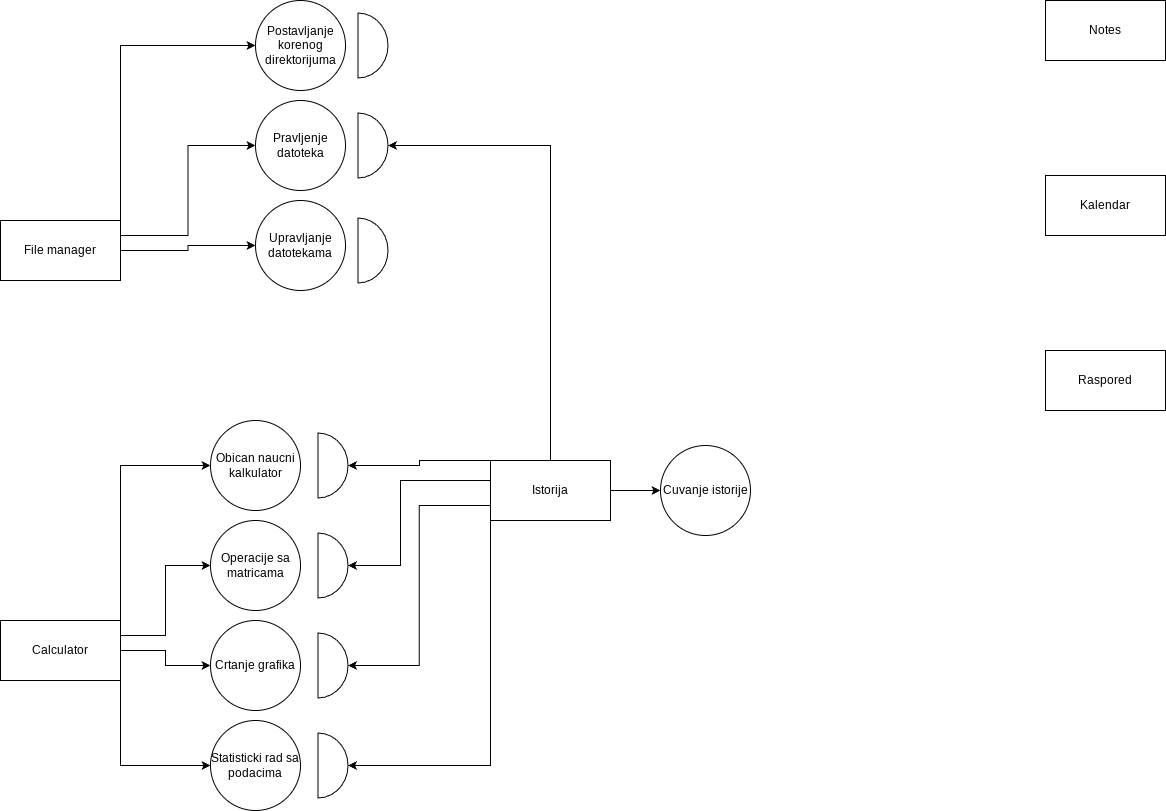
Before: specification/res/Component diagram.png, a diagram exported from draw.io (milalukic/matfHub). Source tidied: cells renumbered, new cells last; positions are measured from the earlier drawing's top-left corner, leaving out a move shared by most shapes. The source it was exported from:
```xml
<mxGraphModel>
  <root>
    <mxCell id="0" />
    <mxCell id="1" parent="0" />
    <mxCell id="2" style="edgeStyle=orthogonalEdgeStyle;rounded=0;jettySize=auto;html=1;exitX=1;exitY=0;exitDx=0;exitDy=0;entryX=0;entryY=0.5;entryDx=0;entryDy=0;" parent="1" edge="1" source="6" target="7">
      <mxGeometry relative="1" as="geometry" />
    </mxCell>
    <mxCell id="3" style="edgeStyle=orthogonalEdgeStyle;rounded=0;jettySize=auto;html=1;exitX=1;exitY=0.5;exitDx=0;exitDy=0;entryX=0;entryY=0.5;entryDx=0;entryDy=0;" parent="1" edge="1" source="6" target="9">
      <mxGeometry relative="1" as="geometry" />
    </mxCell>
    <mxCell id="4" style="edgeStyle=orthogonalEdgeStyle;rounded=0;jettySize=auto;html=1;exitX=1;exitY=1;exitDx=0;exitDy=0;entryX=0;entryY=0.5;entryDx=0;entryDy=0;" parent="1" edge="1" source="6" target="10">
      <mxGeometry relative="1" as="geometry" />
    </mxCell>
    <mxCell id="5" style="edgeStyle=orthogonalEdgeStyle;rounded=0;jettySize=auto;html=1;exitX=1;exitY=0.25;exitDx=0;exitDy=0;entryX=0;entryY=0.5;entryDx=0;entryDy=0;" parent="1" edge="1" source="6" target="8">
      <mxGeometry relative="1" as="geometry" />
    </mxCell>
    <mxCell id="6" value="Calculator" style="rounded=0;whiteSpace=wrap;html=1;" parent="1" vertex="1">
      <mxGeometry y="620" width="120" height="60" as="geometry" />
    </mxCell>
    <mxCell id="7" value="Obican naucni kalkulator" style="ellipse;whiteSpace=wrap;html=1;" parent="1" vertex="1">
      <mxGeometry x="210" y="420" width="90" height="90" as="geometry" />
    </mxCell>
    <mxCell id="8" value="Operacije sa matricama" style="ellipse;whiteSpace=wrap;html=1;" parent="1" vertex="1">
      <mxGeometry x="210" y="520" width="90" height="90" as="geometry" />
    </mxCell>
    <mxCell id="9" value="Crtanje grafika" style="ellipse;whiteSpace=wrap;html=1;" parent="1" vertex="1">
      <mxGeometry x="210" y="620" width="90" height="90" as="geometry" />
    </mxCell>
    <mxCell id="10" value="Statisticki rad sa podacima" style="ellipse;whiteSpace=wrap;html=1;" parent="1" vertex="1">
      <mxGeometry x="210" y="720" width="90" height="90" as="geometry" />
    </mxCell>
    <mxCell id="11" style="edgeStyle=orthogonalEdgeStyle;rounded=0;jettySize=auto;html=1;exitX=1;exitY=0.5;exitDx=0;exitDy=0;entryX=0;entryY=0.5;entryDx=0;entryDy=0;" parent="1" edge="1" source="12" target="13">
      <mxGeometry relative="1" as="geometry" />
    </mxCell>
    <mxCell id="12" value="Istorija" style="rounded=0;whiteSpace=wrap;html=1;" parent="1" vertex="1">
      <mxGeometry x="490" y="460" width="120" height="60" as="geometry" />
    </mxCell>
    <mxCell id="13" value="Cuvanje istorije" style="ellipse;whiteSpace=wrap;html=1;" parent="1" vertex="1">
      <mxGeometry x="660" y="445" width="90" height="90" as="geometry" />
    </mxCell>
    <mxCell id="14" style="verticalLabelPosition=bottom;verticalAlign=top;html=1;shape=mxgraph.basic.half_circle;rotation=-90;" parent="1" vertex="1">
      <mxGeometry x="300" y="450" width="65" height="30" as="geometry" />
    </mxCell>
    <mxCell id="15" style="verticalLabelPosition=bottom;verticalAlign=top;html=1;shape=mxgraph.basic.half_circle;rotation=-90;" parent="1" vertex="1">
      <mxGeometry x="300" y="550" width="65" height="30" as="geometry" />
    </mxCell>
    <mxCell id="16" style="verticalLabelPosition=bottom;verticalAlign=top;html=1;shape=mxgraph.basic.half_circle;rotation=-90;" parent="1" vertex="1">
      <mxGeometry x="300" y="650" width="65" height="30" as="geometry" />
    </mxCell>
    <mxCell id="17" style="verticalLabelPosition=bottom;verticalAlign=top;html=1;shape=mxgraph.basic.half_circle;rotation=-90;" parent="1" vertex="1">
      <mxGeometry x="300" y="750" width="65" height="30" as="geometry" />
    </mxCell>
    <mxCell id="18" style="edgeStyle=orthogonalEdgeStyle;rounded=0;jettySize=auto;html=1;exitX=0;exitY=0.75;exitDx=0;exitDy=0;entryX=0.5;entryY=1;entryDx=0;entryDy=0;entryPerimeter=0;" parent="1" edge="1" source="12" target="16">
      <mxGeometry relative="1" as="geometry" />
    </mxCell>
    <mxCell id="19" style="edgeStyle=orthogonalEdgeStyle;rounded=0;jettySize=auto;html=1;exitX=1;exitY=0;exitDx=0;exitDy=0;entryX=0;entryY=0.5;entryDx=0;entryDy=0;" parent="1" edge="1" source="22" target="23">
      <mxGeometry relative="1" as="geometry" />
    </mxCell>
    <mxCell id="20" style="edgeStyle=orthogonalEdgeStyle;rounded=0;jettySize=auto;html=1;exitX=1;exitY=0.5;exitDx=0;exitDy=0;entryX=0;entryY=0.5;entryDx=0;entryDy=0;" parent="1" edge="1" source="22" target="25">
      <mxGeometry relative="1" as="geometry" />
    </mxCell>
    <mxCell id="21" style="edgeStyle=orthogonalEdgeStyle;rounded=0;jettySize=auto;html=1;exitX=1;exitY=0.25;exitDx=0;exitDy=0;entryX=0;entryY=0.5;entryDx=0;entryDy=0;" parent="1" edge="1" source="22" target="24">
      <mxGeometry relative="1" as="geometry" />
    </mxCell>
    <mxCell id="22" value="File manager" style="rounded=0;whiteSpace=wrap;html=1;" parent="1" vertex="1">
      <mxGeometry y="220" width="120" height="60" as="geometry" />
    </mxCell>
    <mxCell id="23" value="Postavljanje korenog direktorijuma&lt;br&gt;" style="ellipse;whiteSpace=wrap;html=1;" parent="1" vertex="1">
      <mxGeometry x="255" width="90" height="90" as="geometry" />
    </mxCell>
    <mxCell id="24" value="Pravljenje datoteka" style="ellipse;whiteSpace=wrap;html=1;" parent="1" vertex="1">
      <mxGeometry x="255" y="100" width="90" height="90" as="geometry" />
    </mxCell>
    <mxCell id="25" value="Upravljanje datotekama" style="ellipse;whiteSpace=wrap;html=1;" parent="1" vertex="1">
      <mxGeometry x="255" y="200" width="90" height="90" as="geometry" />
    </mxCell>
    <mxCell id="26" style="edgeStyle=orthogonalEdgeStyle;rounded=0;jettySize=auto;html=1;exitX=0;exitY=1;exitDx=0;exitDy=0;entryX=0.5;entryY=1;entryDx=0;entryDy=0;entryPerimeter=0;" parent="1" edge="1" source="12" target="17">
      <mxGeometry relative="1" as="geometry" />
    </mxCell>
    <mxCell id="27" style="edgeStyle=orthogonalEdgeStyle;rounded=0;jettySize=auto;html=1;exitX=0;exitY=0.25;exitDx=0;exitDy=0;entryX=0.5;entryY=1;entryDx=0;entryDy=0;entryPerimeter=0;" parent="1" edge="1" source="12" target="15">
      <mxGeometry relative="1" as="geometry">
        <Array as="points">
          <mxPoint x="490" y="480" />
          <mxPoint x="400" y="480" />
          <mxPoint x="400" y="565" />
        </Array>
      </mxGeometry>
    </mxCell>
    <mxCell id="28" style="edgeStyle=orthogonalEdgeStyle;rounded=0;jettySize=auto;html=1;exitX=0;exitY=0;exitDx=0;exitDy=0;entryX=0.5;entryY=1;entryDx=0;entryDy=0;entryPerimeter=0;" parent="1" edge="1" source="12" target="14">
      <mxGeometry relative="1" as="geometry">
        <Array as="points">
          <mxPoint x="419" y="460" />
          <mxPoint x="419" y="465" />
        </Array>
      </mxGeometry>
    </mxCell>
    <mxCell id="29" style="verticalLabelPosition=bottom;verticalAlign=top;html=1;shape=mxgraph.basic.half_circle;rotation=-90;" parent="1" vertex="1">
      <mxGeometry x="340" y="235" width="65" height="30" as="geometry" />
    </mxCell>
    <mxCell id="30" style="verticalLabelPosition=bottom;verticalAlign=top;html=1;shape=mxgraph.basic.half_circle;rotation=-90;" parent="1" vertex="1">
      <mxGeometry x="340" y="130" width="65" height="30" as="geometry" />
    </mxCell>
    <mxCell id="31" style="verticalLabelPosition=bottom;verticalAlign=top;html=1;shape=mxgraph.basic.half_circle;rotation=-90;" parent="1" vertex="1">
      <mxGeometry x="340" y="30" width="65" height="30" as="geometry" />
    </mxCell>
    <mxCell id="32" style="edgeStyle=orthogonalEdgeStyle;rounded=0;jettySize=auto;html=1;exitX=0.5;exitY=0;exitDx=0;exitDy=0;entryX=0.5;entryY=1;entryDx=0;entryDy=0;entryPerimeter=0;" parent="1" edge="1" source="12" target="30">
      <mxGeometry relative="1" as="geometry" />
    </mxCell>
    <mxCell id="33" value="Notes" style="rounded=0;whiteSpace=wrap;html=1;" parent="1" vertex="1">
      <mxGeometry x="1045" width="120" height="60" as="geometry" />
    </mxCell>
    <mxCell id="34" value="Kalendar" style="rounded=0;whiteSpace=wrap;html=1;" parent="1" vertex="1">
      <mxGeometry x="1045" y="175" width="120" height="60" as="geometry" />
    </mxCell>
    <mxCell id="35" value="Raspored" style="rounded=0;whiteSpace=wrap;html=1;" parent="1" vertex="1">
      <mxGeometry x="1045" y="350" width="120" height="60" as="geometry" />
    </mxCell>
  </root>
</mxGraphModel>
```
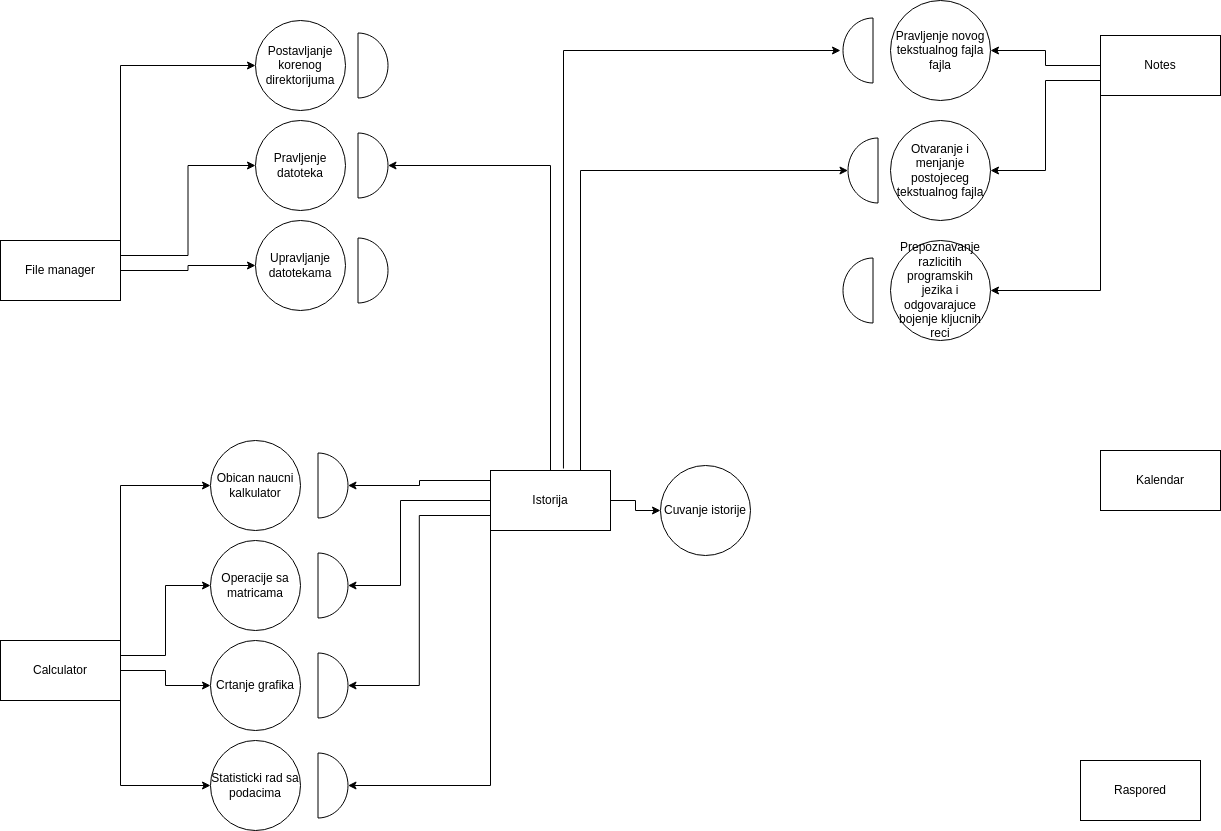
After the change.

Commit message:
dijagram komponenti dodat notes

The edit, as a diff of the source:
```diff
@@ -33,7 +33,7 @@
       <mxGeometry relative="1" as="geometry" />
     </mxCell>
     <mxCell id="12" value="Istorija" style="rounded=0;whiteSpace=wrap;html=1;" parent="1" vertex="1">
-      <mxGeometry x="490" y="460" width="120" height="60" as="geometry" />
+      <mxGeometry x="490" y="450" width="120" height="60" as="geometry" />
     </mxCell>
     <mxCell id="13" value="Cuvanje istorije" style="ellipse;whiteSpace=wrap;html=1;" parent="1" vertex="1">
       <mxGeometry x="660" y="445" width="90" height="90" as="geometry" />
@@ -106,14 +106,56 @@
     <mxCell id="32" style="edgeStyle=orthogonalEdgeStyle;rounded=0;jettySize=auto;html=1;exitX=0.5;exitY=0;exitDx=0;exitDy=0;entryX=0.5;entryY=1;entryDx=0;entryDy=0;entryPerimeter=0;" parent="1" edge="1" source="12" target="30">
       <mxGeometry relative="1" as="geometry" />
     </mxCell>
+    <mxCell id="36" style="edgeStyle=orthogonalEdgeStyle;rounded=0;jettySize=auto;html=1;exitX=0;exitY=0.5;exitDx=0;exitDy=0;entryX=1;entryY=0.5;entryDx=0;entryDy=0;" parent="1" edge="1" source="33" target="39">
+      <mxGeometry relative="1" as="geometry" />
+    </mxCell>
+    <mxCell id="37" style="edgeStyle=orthogonalEdgeStyle;rounded=0;jettySize=auto;html=1;exitX=0;exitY=0.75;exitDx=0;exitDy=0;entryX=1;entryY=0.5;entryDx=0;entryDy=0;" parent="1" edge="1" source="33" target="40">
+      <mxGeometry relative="1" as="geometry" />
+    </mxCell>
+    <mxCell id="38" style="edgeStyle=orthogonalEdgeStyle;rounded=0;jettySize=auto;html=1;exitX=0;exitY=1;exitDx=0;exitDy=0;entryX=1;entryY=0.5;entryDx=0;entryDy=0;" parent="1" edge="1" source="33" target="41">
+      <mxGeometry relative="1" as="geometry" />
+    </mxCell>
     <mxCell id="33" value="Notes" style="rounded=0;whiteSpace=wrap;html=1;" parent="1" vertex="1">
-      <mxGeometry x="1045" width="120" height="60" as="geometry" />
+      <mxGeometry x="1100" y="15" width="120" height="60" as="geometry" />
     </mxCell>
     <mxCell id="34" value="Kalendar" style="rounded=0;whiteSpace=wrap;html=1;" parent="1" vertex="1">
-      <mxGeometry x="1045" y="175" width="120" height="60" as="geometry" />
+      <mxGeometry x="1100" y="430" width="120" height="60" as="geometry" />
     </mxCell>
     <mxCell id="35" value="Raspored" style="rounded=0;whiteSpace=wrap;html=1;" parent="1" vertex="1">
-      <mxGeometry x="1045" y="350" width="120" height="60" as="geometry" />
+      <mxGeometry x="1080" y="740" width="120" height="60" as="geometry" />
     </mxCell>
+    <mxCell id="39" value="Pravljenje novog tekstualnog fajla fajla" style="ellipse;whiteSpace=wrap;html=1;" parent="1" vertex="1">
+      <mxGeometry x="890" y="-20" width="100" height="100" as="geometry" />
+    </mxCell>
+    <mxCell id="40" value="Otvaranje i menjanje &lt;br&gt;postojeceg tekstualnog fajla" style="ellipse;whiteSpace=wrap;html=1;" parent="1" vertex="1">
+      <mxGeometry x="890" y="100" width="100" height="100" as="geometry" />
+    </mxCell>
+    <mxCell id="41" value="Prepoznavanje razlicitih programskih jezika i odgovarajuce bojenje kljucnih reci" style="ellipse;whiteSpace=wrap;html=1;" parent="1" vertex="1">
+      <mxGeometry x="890" y="220" width="100" height="100" as="geometry" />
+    </mxCell>
+    <mxCell id="42" style="verticalLabelPosition=bottom;verticalAlign=top;html=1;shape=mxgraph.basic.half_circle;rotation=90;" parent="1" vertex="1">
+      <mxGeometry x="825" y="15" width="65" height="30" as="geometry" />
+    </mxCell>
+    <mxCell id="43" style="verticalLabelPosition=bottom;verticalAlign=top;html=1;shape=mxgraph.basic.half_circle;rotation=90;" parent="1" vertex="1">
+      <mxGeometry x="830" y="135" width="65" height="30" as="geometry" />
+    </mxCell>
+    <mxCell id="44" style="verticalLabelPosition=bottom;verticalAlign=top;html=1;shape=mxgraph.basic.half_circle;rotation=90;" parent="1" vertex="1">
+      <mxGeometry x="825" y="255" width="65" height="30" as="geometry" />
+    </mxCell>
+    <mxCell id="45" style="endArrow=classic;html=1;rounded=0;exitX=0.608;exitY=-0.033;exitDx=0;exitDy=0;exitPerimeter=0;" parent="1" edge="1" source="12">
+      <mxGeometry relative="1" as="geometry">
+        <mxPoint x="840" y="30" as="targetPoint" />
+        <Array as="points">
+          <mxPoint x="563" y="30" />
+        </Array>
+      </mxGeometry>
+    </mxCell>
+    <mxCell id="46" style="endArrow=classic;html=1;rounded=0;exitX=0.75;exitY=0;exitDx=0;exitDy=0;entryX=0.5;entryY=1;entryDx=0;entryDy=0;entryPerimeter=0;" parent="1" edge="1" source="12" target="43">
+      <mxGeometry relative="1" as="geometry">
+        <Array as="points">
+          <mxPoint x="580" y="150" />
+        </Array>
+      </mxGeometry>
+    </mxCell>
   </root>
 </mxGraphModel>
```
